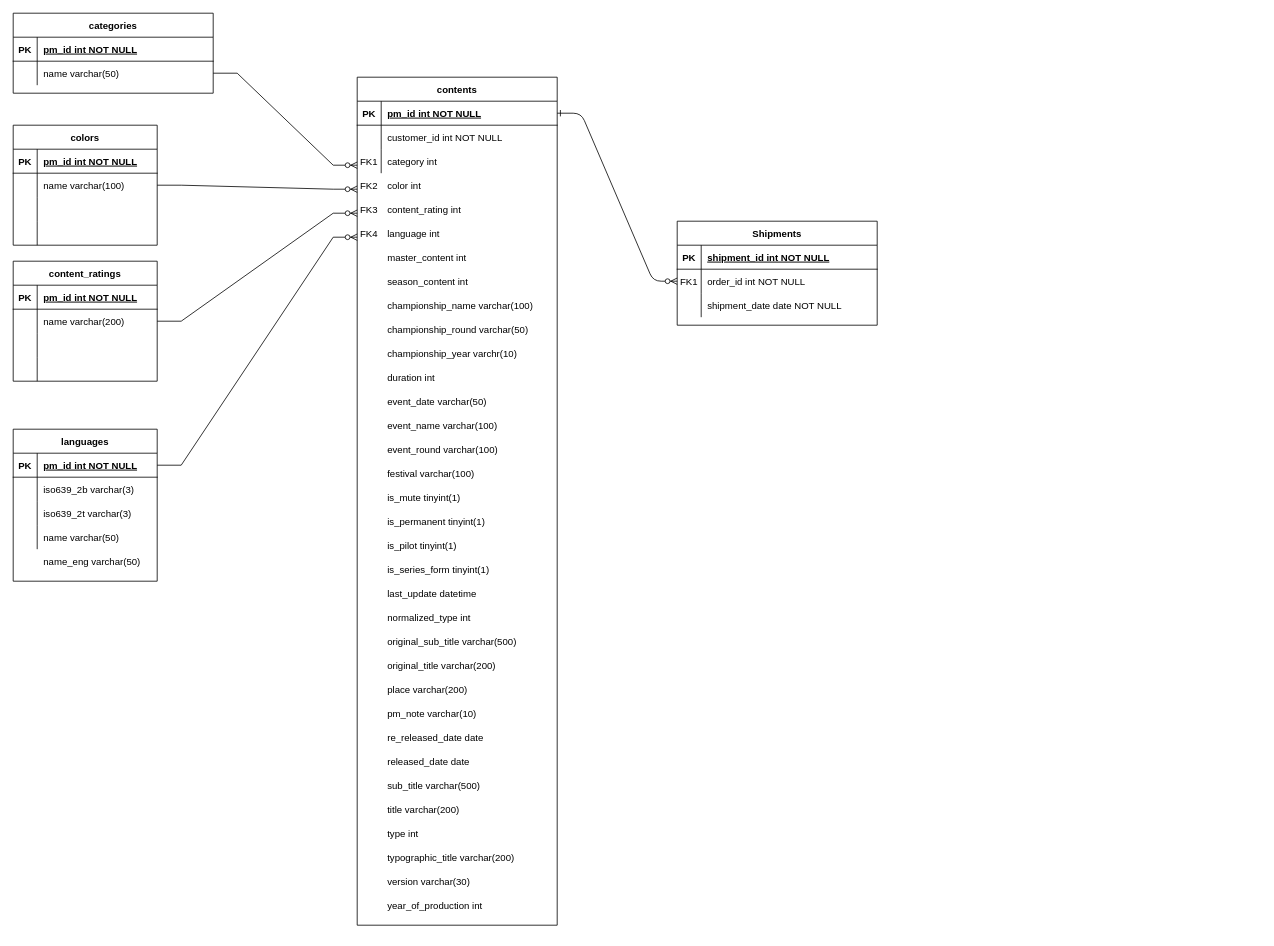
Before: Diagramme sans nom.drawio in Amellal/Delomid_Diagrams, a draw.io diagram. Source tidied: cells renumbered, new cells numbered last; positions are measured from the earlier drawing's top-left corner, leaving out a move shared by most shapes. Both pictures are drawn from the tidied source at 80%, with x=0, y=0 at pixel (13, 13).
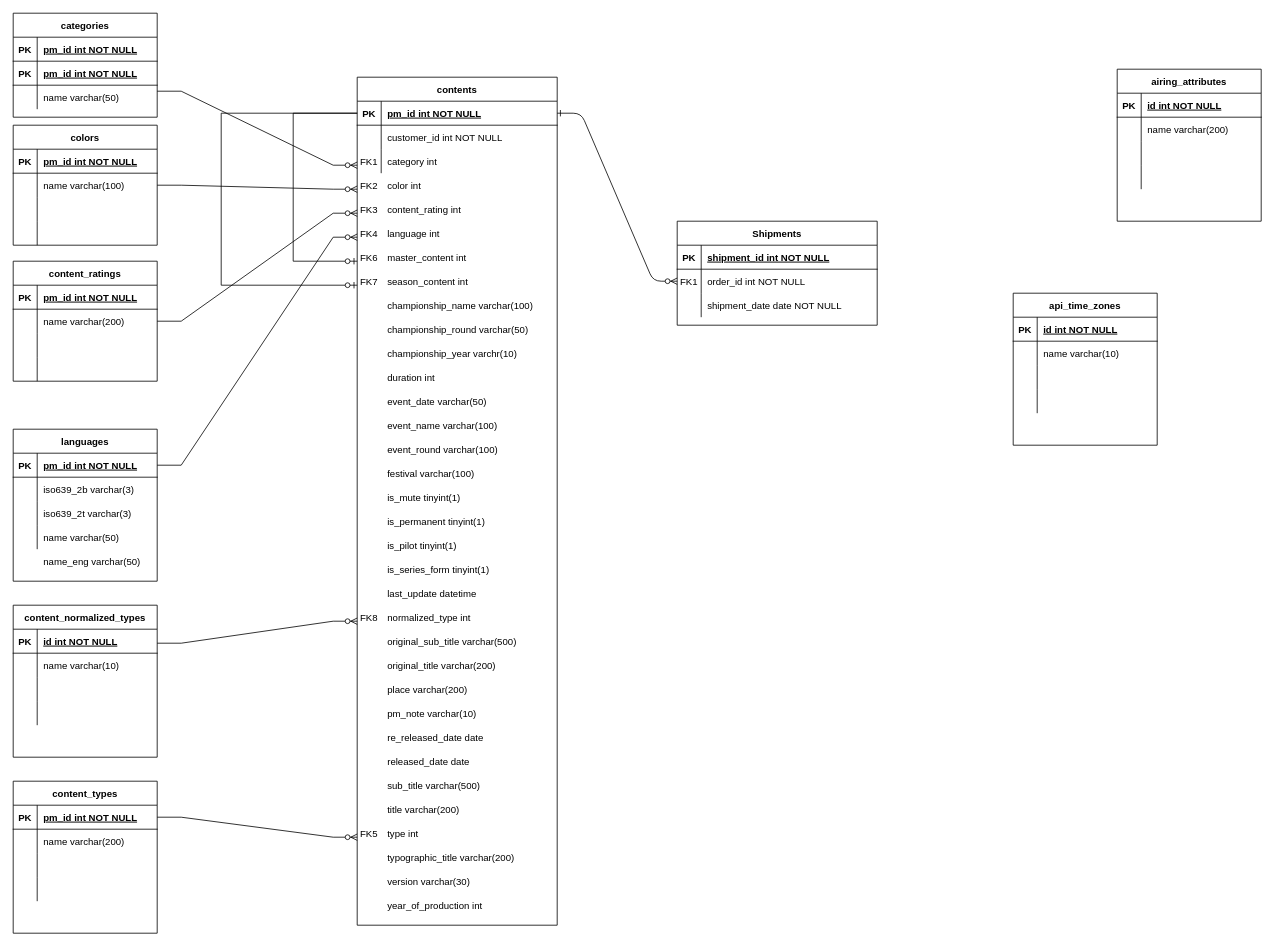
The same page after the edit.

Commit message (it also covers changes not shown here):
Mettre à jour Diagramme sans nom.drawio

The change refers to these unchanged cells:
```xml
<mxCell id="3" value="contents" style="shape=table;startSize=30;childLayout=tableLayout;rowLines=0;fontStyle=1;align=center;" parent="1" vertex="1">
  <mxGeometry x="430" y="80" width="250" height="1060" as="geometry" />
</mxCell>
<mxCell id="4" style="shape=partialRectangle;fillColor=none;points=[[0,0.5],[1,0.5]];portConstraint=eastwest;top=0;left=0;right=0;bottom=1;" parent="3" vertex="1">
  <mxGeometry y="30" width="250" height="30" as="geometry" />
</mxCell>
```

What changed in the source:
```diff
@@
+    <mxCell id="111" style="fontSize=12;html=1;endArrow=ERzeroToOne;endFill=1;rounded=0;exitX=0;exitY=0.5;exitDx=0;exitDy=0;" parent="3" edge="1" source="4">
+      <mxGeometry relative="1" as="geometry">
+        <mxPoint y="230" as="targetPoint" />
+        <Array as="points">
+          <mxPoint x="-80" y="45" />
+          <mxPoint x="-80" y="230" />
+        </Array>
+      </mxGeometry>
+    </mxCell>
@@
     <mxCell id="23" value="categories" style="shape=table;startSize=30;childLayout=tableLayout;rowLines=0;fontStyle=1;align=center;" parent="1" vertex="1">
-      <mxGeometry width="250" height="100" as="geometry" />
+      <mxGeometry width="180" height="130" as="geometry" />
     </mxCell>
     <mxCell id="24" style="shape=partialRectangle;fillColor=none;top=0;left=0;right=0;bottom=1;" parent="23" vertex="1">
-      <mxGeometry y="30" width="250" height="30" as="geometry" />
+      <mxGeometry y="30" width="180" height="30" as="geometry" />
     </mxCell>
@@
     <mxCell id="26" value="pm_id int NOT NULL " style="shape=partialRectangle;overflow=hidden;fillColor=none;top=0;left=0;bottom=0;right=0;align=left;spacingLeft=6;fontStyle=5;" parent="24" vertex="1">
-      <mxGeometry x="30" width="220" height="30" as="geometry" />
+      <mxGeometry x="30" width="150" height="30" as="geometry" />
     </mxCell>
+    <mxCell id="112" style="shape=partialRectangle;fillColor=none;top=0;left=0;right=0;bottom=1;" parent="23" vertex="1">
+      <mxGeometry y="60" width="180" height="30" as="geometry" />
+    </mxCell>
+    <mxCell id="113" value="PK" style="shape=partialRectangle;overflow=hidden;fillColor=none;top=0;left=0;bottom=0;right=0;fontStyle=1;" parent="112" vertex="1">
+      <mxGeometry width="30" height="30" as="geometry" />
+    </mxCell>
+    <mxCell id="114" value="pm_id int NOT NULL " style="shape=partialRectangle;overflow=hidden;fillColor=none;top=0;left=0;bottom=0;right=0;align=left;spacingLeft=6;fontStyle=5;" parent="112" vertex="1">
+      <mxGeometry x="30" width="150" height="30" as="geometry" />
+    </mxCell>
     <mxCell id="27" style="shape=partialRectangle;fillColor=none;top=0;left=0;right=0;bottom=0;" parent="23" vertex="1">
-      <mxGeometry y="60" width="250" height="30" as="geometry" />
+      <mxGeometry y="90" width="180" height="30" as="geometry" />
     </mxCell>
@@
     <mxCell id="29" value="name varchar(50) " style="shape=partialRectangle;overflow=hidden;fillColor=none;top=0;left=0;bottom=0;right=0;align=left;spacingLeft=6;" parent="27" vertex="1">
-      <mxGeometry x="30" width="220" height="30" as="geometry" />
+      <mxGeometry x="30" width="150" height="30" as="geometry" />
     </mxCell>
@@
+    <mxCell id="115" value="content_types" style="shape=table;startSize=30;childLayout=tableLayout;rowLines=0;fontStyle=1;align=center;" parent="1" vertex="1">
+      <mxGeometry y="960" width="180" height="190" as="geometry" />
+    </mxCell>
+    <mxCell id="116" style="shape=tableRow;horizontal=0;startSize=0;swimlaneHead=0;swimlaneBody=0;fillColor=none;points=[[0,0.5],[1,0.5]];portConstraint=eastwest;top=0;left=0;right=0;bottom=1;" parent="115" vertex="1">
+      <mxGeometry y="30" width="180" height="30" as="geometry" />
+    </mxCell>
+    <mxCell id="117" value="PK" style="shape=partialRectangle;fillColor=none;top=0;left=0;bottom=0;right=0;fontStyle=1;overflow=hidden;" parent="116" vertex="1">
+      <mxGeometry width="30" height="30" as="geometry" />
+    </mxCell>
+    <mxCell id="118" value="pm_id int NOT NULL" style="shape=partialRectangle;fillColor=none;top=0;left=0;bottom=0;right=0;align=left;spacingLeft=6;fontStyle=5;overflow=hidden;" parent="116" vertex="1">
+      <mxGeometry x="30" width="150" height="30" as="geometry" />
+    </mxCell>
+    <mxCell id="119" style="shape=tableRow;horizontal=0;startSize=0;swimlaneHead=0;swimlaneBody=0;fillColor=none;top=0;left=0;right=0;bottom=0;" parent="115" vertex="1">
+      <mxGeometry y="60" width="180" height="30" as="geometry" />
+    </mxCell>
+    <mxCell id="120" style="shape=partialRectangle;fillColor=none;top=0;left=0;bottom=0;right=0;overflow=hidden;" parent="119" vertex="1">
+      <mxGeometry width="30" height="30" as="geometry" />
+    </mxCell>
+    <mxCell id="121" value="name varchar(200)" style="shape=partialRectangle;fillColor=none;top=0;left=0;bottom=0;right=0;align=left;spacingLeft=6;overflow=hidden;" parent="119" vertex="1">
+      <mxGeometry x="30" width="150" height="30" as="geometry" />
+    </mxCell>
+    <mxCell id="122" style="shape=tableRow;horizontal=0;startSize=0;swimlaneHead=0;swimlaneBody=0;fillColor=none;top=0;left=0;right=0;bottom=0;" parent="115" vertex="1">
+      <mxGeometry y="90" width="180" height="30" as="geometry" />
+    </mxCell>
+    <mxCell id="123" style="shape=partialRectangle;fillColor=none;top=0;left=0;bottom=0;right=0;overflow=hidden;" parent="122" vertex="1">
+      <mxGeometry width="30" height="30" as="geometry" />
+    </mxCell>
+    <mxCell id="124" style="shape=partialRectangle;fillColor=none;top=0;left=0;bottom=0;right=0;align=left;spacingLeft=6;overflow=hidden;" parent="122" vertex="1">
+      <mxGeometry x="30" width="150" height="30" as="geometry" />
+    </mxCell>
+    <mxCell id="125" style="shape=tableRow;horizontal=0;startSize=0;swimlaneHead=0;swimlaneBody=0;fillColor=none;top=0;left=0;right=0;bottom=0;" parent="115" vertex="1">
+      <mxGeometry y="120" width="180" height="30" as="geometry" />
+    </mxCell>
+    <mxCell id="126" style="shape=partialRectangle;fillColor=none;top=0;left=0;bottom=0;right=0;overflow=hidden;" parent="125" vertex="1">
+      <mxGeometry width="30" height="30" as="geometry" />
+    </mxCell>
+    <mxCell id="127" style="shape=partialRectangle;fillColor=none;top=0;left=0;bottom=0;right=0;align=left;spacingLeft=6;overflow=hidden;" parent="125" vertex="1">
+      <mxGeometry x="30" width="150" height="30" as="geometry" />
+    </mxCell>
+    <mxCell id="128" style="edgeStyle=entityRelationEdgeStyle;fontSize=12;html=1;endArrow=ERzeroToMany;endFill=1;rounded=0;exitX=1;exitY=0.5;exitDx=0;exitDy=0;" parent="1" edge="1" source="116">
+      <mxGeometry relative="1" as="geometry">
+        <mxPoint x="430" y="1030" as="targetPoint" />
+      </mxGeometry>
+    </mxCell>
+    <mxCell id="129" value="FK5" style="shape=partialRectangle;overflow=hidden;fillColor=none;top=0;left=0;bottom=0;right=0;" parent="1" vertex="1">
+      <mxGeometry x="430" y="1010" width="30" height="30" as="geometry" />
+    </mxCell>
+    <mxCell id="130" value="FK6" style="shape=partialRectangle;overflow=hidden;fillColor=none;top=0;left=0;bottom=0;right=0;" parent="1" vertex="1">
+      <mxGeometry x="430" y="290" width="30" height="30" as="geometry" />
+    </mxCell>
+    <mxCell id="131" value="FK7" style="shape=partialRectangle;overflow=hidden;fillColor=none;top=0;left=0;bottom=0;right=0;" parent="1" vertex="1">
+      <mxGeometry x="430" y="320" width="30" height="30" as="geometry" />
+    </mxCell>
+    <mxCell id="132" style="edgeStyle=elbowEdgeStyle;fontSize=12;html=1;endArrow=ERzeroToOne;endFill=1;rounded=0;exitX=0;exitY=0.5;exitDx=0;exitDy=0;" parent="1" edge="1" source="4">
+      <mxGeometry relative="1" as="geometry">
+        <mxPoint x="430" y="340" as="targetPoint" />
+        <Array as="points">
+          <mxPoint x="260" y="325" />
+        </Array>
+      </mxGeometry>
+    </mxCell>
+    <mxCell id="133" value="content_normalized_types" style="shape=table;startSize=30;childLayout=tableLayout;rowLines=0;fontStyle=1;align=center;" parent="1" vertex="1">
+      <mxGeometry y="740" width="180" height="190" as="geometry" />
+    </mxCell>
+    <mxCell id="134" style="shape=tableRow;horizontal=0;startSize=0;swimlaneHead=0;swimlaneBody=0;fillColor=none;top=0;left=0;right=0;bottom=1;" parent="133" vertex="1">
+      <mxGeometry y="30" width="180" height="30" as="geometry" />
+    </mxCell>
+    <mxCell id="135" value="PK" style="shape=partialRectangle;fillColor=none;top=0;left=0;bottom=0;right=0;fontStyle=1;overflow=hidden;" parent="134" vertex="1">
+      <mxGeometry width="30" height="30" as="geometry" />
+    </mxCell>
+    <mxCell id="136" value="id int NOT NULL" style="shape=partialRectangle;fillColor=none;top=0;left=0;bottom=0;right=0;align=left;spacingLeft=6;fontStyle=5;overflow=hidden;" parent="134" vertex="1">
+      <mxGeometry x="30" width="150" height="30" as="geometry" />
+    </mxCell>
+    <mxCell id="137" style="shape=tableRow;horizontal=0;startSize=0;swimlaneHead=0;swimlaneBody=0;fillColor=none;top=0;left=0;right=0;bottom=0;" parent="133" vertex="1">
+      <mxGeometry y="60" width="180" height="30" as="geometry" />
+    </mxCell>
+    <mxCell id="138" style="shape=partialRectangle;fillColor=none;top=0;left=0;bottom=0;right=0;overflow=hidden;" parent="137" vertex="1">
+      <mxGeometry width="30" height="30" as="geometry" />
+    </mxCell>
+    <mxCell id="139" value="name varchar(10)" style="shape=partialRectangle;fillColor=none;top=0;left=0;bottom=0;right=0;align=left;spacingLeft=6;overflow=hidden;" parent="137" vertex="1">
+      <mxGeometry x="30" width="150" height="30" as="geometry" />
+    </mxCell>
+    <mxCell id="140" style="shape=tableRow;horizontal=0;startSize=0;swimlaneHead=0;swimlaneBody=0;fillColor=none;top=0;left=0;right=0;bottom=0;" parent="133" vertex="1">
+      <mxGeometry y="90" width="180" height="30" as="geometry" />
+    </mxCell>
+    <mxCell id="141" style="shape=partialRectangle;fillColor=none;top=0;left=0;bottom=0;right=0;overflow=hidden;" parent="140" vertex="1">
+      <mxGeometry width="30" height="30" as="geometry" />
+    </mxCell>
+    <mxCell id="142" style="shape=partialRectangle;fillColor=none;top=0;left=0;bottom=0;right=0;align=left;spacingLeft=6;overflow=hidden;" parent="140" vertex="1">
+      <mxGeometry x="30" width="150" height="30" as="geometry" />
+    </mxCell>
+    <mxCell id="143" style="shape=tableRow;horizontal=0;startSize=0;swimlaneHead=0;swimlaneBody=0;fillColor=none;top=0;left=0;right=0;bottom=0;" parent="133" vertex="1">
+      <mxGeometry y="120" width="180" height="30" as="geometry" />
+    </mxCell>
+    <mxCell id="144" style="shape=partialRectangle;fillColor=none;top=0;left=0;bottom=0;right=0;overflow=hidden;" parent="143" vertex="1">
+      <mxGeometry width="30" height="30" as="geometry" />
+    </mxCell>
+    <mxCell id="145" style="shape=partialRectangle;fillColor=none;top=0;left=0;bottom=0;right=0;align=left;spacingLeft=6;overflow=hidden;" parent="143" vertex="1">
+      <mxGeometry x="30" width="150" height="30" as="geometry" />
+    </mxCell>
+    <mxCell id="146" style="edgeStyle=entityRelationEdgeStyle;fontSize=12;html=1;endArrow=ERzeroToMany;endFill=1;rounded=0;exitX=1;exitY=0.25;exitDx=0;exitDy=0;" parent="1" edge="1" source="133">
+      <mxGeometry relative="1" as="geometry">
+        <mxPoint x="430" y="760" as="targetPoint" />
+      </mxGeometry>
+    </mxCell>
+    <mxCell id="147" value="FK8" style="shape=partialRectangle;overflow=hidden;fillColor=none;top=0;left=0;bottom=0;right=0;" parent="1" vertex="1">
+      <mxGeometry x="430" y="740" width="30" height="30" as="geometry" />
+    </mxCell>
+    <mxCell id="148" value="airing_attributes" style="shape=table;startSize=30;childLayout=tableLayout;rowLines=0;fontStyle=1;align=center;" parent="1" vertex="1">
+      <mxGeometry x="1380" y="70" width="180" height="190" as="geometry" />
+    </mxCell>
+    <mxCell id="149" style="shape=tableRow;horizontal=0;startSize=0;swimlaneHead=0;swimlaneBody=0;fillColor=none;top=0;left=0;right=0;bottom=1;" parent="148" vertex="1">
+      <mxGeometry y="30" width="180" height="30" as="geometry" />
+    </mxCell>
+    <mxCell id="150" value="PK" style="shape=partialRectangle;fillColor=none;top=0;left=0;bottom=0;right=0;fontStyle=1;overflow=hidden;" parent="149" vertex="1">
+      <mxGeometry width="30" height="30" as="geometry" />
+    </mxCell>
+    <mxCell id="151" value="id int NOT NULL" style="shape=partialRectangle;fillColor=none;top=0;left=0;bottom=0;right=0;align=left;spacingLeft=6;fontStyle=5;overflow=hidden;" parent="149" vertex="1">
+      <mxGeometry x="30" width="150" height="30" as="geometry" />
+    </mxCell>
+    <mxCell id="152" style="shape=tableRow;horizontal=0;startSize=0;swimlaneHead=0;swimlaneBody=0;fillColor=none;top=0;left=0;right=0;bottom=0;" parent="148" vertex="1">
+      <mxGeometry y="60" width="180" height="30" as="geometry" />
+    </mxCell>
+    <mxCell id="153" style="shape=partialRectangle;fillColor=none;top=0;left=0;bottom=0;right=0;overflow=hidden;" parent="152" vertex="1">
+      <mxGeometry width="30" height="30" as="geometry" />
+    </mxCell>
+    <mxCell id="154" value="name varchar(200)" style="shape=partialRectangle;fillColor=none;top=0;left=0;bottom=0;right=0;align=left;spacingLeft=6;overflow=hidden;" parent="152" vertex="1">
+      <mxGeometry x="30" width="150" height="30" as="geometry" />
+    </mxCell>
+    <mxCell id="155" style="shape=tableRow;horizontal=0;startSize=0;swimlaneHead=0;swimlaneBody=0;fillColor=none;top=0;left=0;right=0;bottom=0;" parent="148" vertex="1">
+      <mxGeometry y="90" width="180" height="30" as="geometry" />
+    </mxCell>
+    <mxCell id="156" style="shape=partialRectangle;fillColor=none;top=0;left=0;bottom=0;right=0;overflow=hidden;" parent="155" vertex="1">
+      <mxGeometry width="30" height="30" as="geometry" />
+    </mxCell>
+    <mxCell id="157" style="shape=partialRectangle;fillColor=none;top=0;left=0;bottom=0;right=0;align=left;spacingLeft=6;overflow=hidden;" parent="155" vertex="1">
+      <mxGeometry x="30" width="150" height="30" as="geometry" />
+    </mxCell>
+    <mxCell id="158" style="shape=tableRow;horizontal=0;startSize=0;swimlaneHead=0;swimlaneBody=0;fillColor=none;top=0;left=0;right=0;bottom=0;" parent="148" vertex="1">
+      <mxGeometry y="120" width="180" height="30" as="geometry" />
+    </mxCell>
+    <mxCell id="159" style="shape=partialRectangle;fillColor=none;top=0;left=0;bottom=0;right=0;overflow=hidden;" parent="158" vertex="1">
+      <mxGeometry width="30" height="30" as="geometry" />
+    </mxCell>
+    <mxCell id="160" style="shape=partialRectangle;fillColor=none;top=0;left=0;bottom=0;right=0;align=left;spacingLeft=6;overflow=hidden;" parent="158" vertex="1">
+      <mxGeometry x="30" width="150" height="30" as="geometry" />
+    </mxCell>
+    <mxCell id="161" value="api_time_zones" style="shape=table;startSize=30;childLayout=tableLayout;rowLines=0;fontStyle=1;align=center;" parent="1" vertex="1">
+      <mxGeometry x="1250" y="350" width="180" height="190" as="geometry" />
+    </mxCell>
+    <mxCell id="162" style="shape=tableRow;horizontal=0;startSize=0;swimlaneHead=0;swimlaneBody=0;fillColor=none;top=0;left=0;right=0;bottom=1;" parent="161" vertex="1">
+      <mxGeometry y="30" width="180" height="30" as="geometry" />
+    </mxCell>
+    <mxCell id="163" value="PK" style="shape=partialRectangle;fillColor=none;top=0;left=0;bottom=0;right=0;fontStyle=1;overflow=hidden;" parent="162" vertex="1">
+      <mxGeometry width="30" height="30" as="geometry" />
+    </mxCell>
+    <mxCell id="164" value="id int NOT NULL" style="shape=partialRectangle;fillColor=none;top=0;left=0;bottom=0;right=0;align=left;spacingLeft=6;fontStyle=5;overflow=hidden;" parent="162" vertex="1">
+      <mxGeometry x="30" width="150" height="30" as="geometry" />
+    </mxCell>
+    <mxCell id="165" style="shape=tableRow;horizontal=0;startSize=0;swimlaneHead=0;swimlaneBody=0;fillColor=none;top=0;left=0;right=0;bottom=0;" parent="161" vertex="1">
+      <mxGeometry y="60" width="180" height="30" as="geometry" />
+    </mxCell>
+    <mxCell id="166" style="shape=partialRectangle;fillColor=none;top=0;left=0;bottom=0;right=0;overflow=hidden;" parent="165" vertex="1">
+      <mxGeometry width="30" height="30" as="geometry" />
+    </mxCell>
+    <mxCell id="167" value="name varchar(10)" style="shape=partialRectangle;fillColor=none;top=0;left=0;bottom=0;right=0;align=left;spacingLeft=6;overflow=hidden;" parent="165" vertex="1">
+      <mxGeometry x="30" width="150" height="30" as="geometry" />
+    </mxCell>
+    <mxCell id="168" style="shape=tableRow;horizontal=0;startSize=0;swimlaneHead=0;swimlaneBody=0;fillColor=none;top=0;left=0;right=0;bottom=0;" parent="161" vertex="1">
+      <mxGeometry y="90" width="180" height="30" as="geometry" />
+    </mxCell>
+    <mxCell id="169" style="shape=partialRectangle;fillColor=none;top=0;left=0;bottom=0;right=0;overflow=hidden;" parent="168" vertex="1">
+      <mxGeometry width="30" height="30" as="geometry" />
+    </mxCell>
+    <mxCell id="170" style="shape=partialRectangle;fillColor=none;top=0;left=0;bottom=0;right=0;align=left;spacingLeft=6;overflow=hidden;" parent="168" vertex="1">
+      <mxGeometry x="30" width="150" height="30" as="geometry" />
+    </mxCell>
+    <mxCell id="171" style="shape=tableRow;horizontal=0;startSize=0;swimlaneHead=0;swimlaneBody=0;fillColor=none;top=0;left=0;right=0;bottom=0;" parent="161" vertex="1">
+      <mxGeometry y="120" width="180" height="30" as="geometry" />
+    </mxCell>
+    <mxCell id="172" style="shape=partialRectangle;fillColor=none;top=0;left=0;bottom=0;right=0;overflow=hidden;" parent="171" vertex="1">
+      <mxGeometry width="30" height="30" as="geometry" />
+    </mxCell>
+    <mxCell id="173" style="shape=partialRectangle;fillColor=none;top=0;left=0;bottom=0;right=0;align=left;spacingLeft=6;overflow=hidden;" parent="171" vertex="1">
+      <mxGeometry x="30" width="150" height="30" as="geometry" />
+    </mxCell>
```
